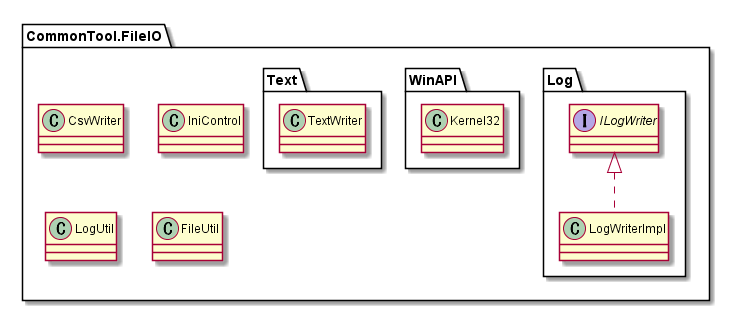
The PlantUML diagram doc/03_SubSystem別/CommonTool.FileIO/03_内部設計/クラス図.png in hirorich/CommonTool, before a commit.
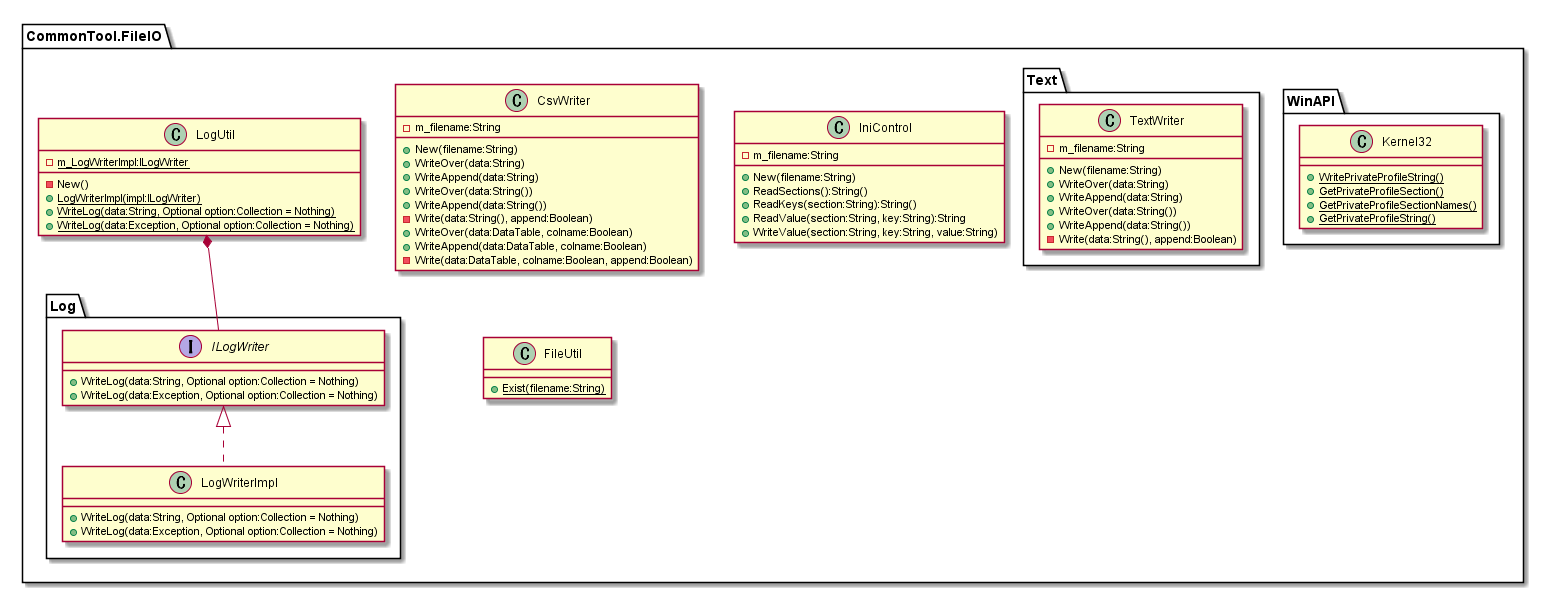
Later version of the same file.

The edit, as a diff of the source:
```diff
@@ -1,23 +1,77 @@
 @startuml ..\クラス図.png
 
 package CommonTool.FileIO {
-    class CsvWriter
-    class IniControl
-    class LogUtil
-    class FileUtil
+    class CsvWriter {
+      - m_filename:String
+
+      + New(filename:String)
+      + WriteOver(data:String)
+      + WriteAppend(data:String)
+      + WriteOver(data:String())
+      + WriteAppend(data:String())
+      - Write(data:String(), append:Boolean)
+      + WriteOver(data:DataTable, colname:Boolean)
+      + WriteAppend(data:DataTable, colname:Boolean)
+      - Write(data:DataTable, colname:Boolean, append:Boolean)
+    }
+
+    class IniControl {
+      - m_filename:String
+
+      + New(filename:String)
+      + ReadSections():String()
+      + ReadKeys(section:String):String()
+      + ReadValue(section:String, key:String):String
+      + WriteValue(section:String, key:String, value:String)
+    }
+
+    class LogUtil {
+      - {static}m_LogWriterImpl:ILogWriter
+
+      - New()
+      + {static}LogWriterImpl(impl:ILogWriter)
+      + {static}WriteLog(data:String, Optional option:Collection = Nothing)
+      + {static}WriteLog(data:Exception, Optional option:Collection = Nothing)
+    }
+
+    class FileUtil {
+      + {static}Exist(filename:String)
+    }
 
     package WinAPI {
-        class Kernel32
+        class Kernel32 {
+          + {static}WritePrivateProfileString()
+          + {static}GetPrivateProfileSection()
+          + {static}GetPrivateProfileSectionNames()
+          + {static}GetPrivateProfileString()
+        }
     }
 
     package Log {
-        interface ILogWriter
-        class LogWriterImpl
+        interface ILogWriter {
+          + WriteLog(data:String, Optional option:Collection = Nothing)
+          + WriteLog(data:Exception, Optional option:Collection = Nothing)
+        }
+
+        class LogWriterImpl {
+          + WriteLog(data:String, Optional option:Collection = Nothing)
+          + WriteLog(data:Exception, Optional option:Collection = Nothing)
+        }
         ILogWriter <|.. LogWriterImpl
     }
+    LogUtil *-- ILogWriter
 
     package Text {
-        class TextWriter
+        class TextWriter {
+          - m_filename:String
+
+          + New(filename:String)
+          + WriteOver(data:String)
+          + WriteAppend(data:String)
+          + WriteOver(data:String())
+          + WriteAppend(data:String())
+          - Write(data:String(), append:Boolean)
+        }
     }
 }
 
```
